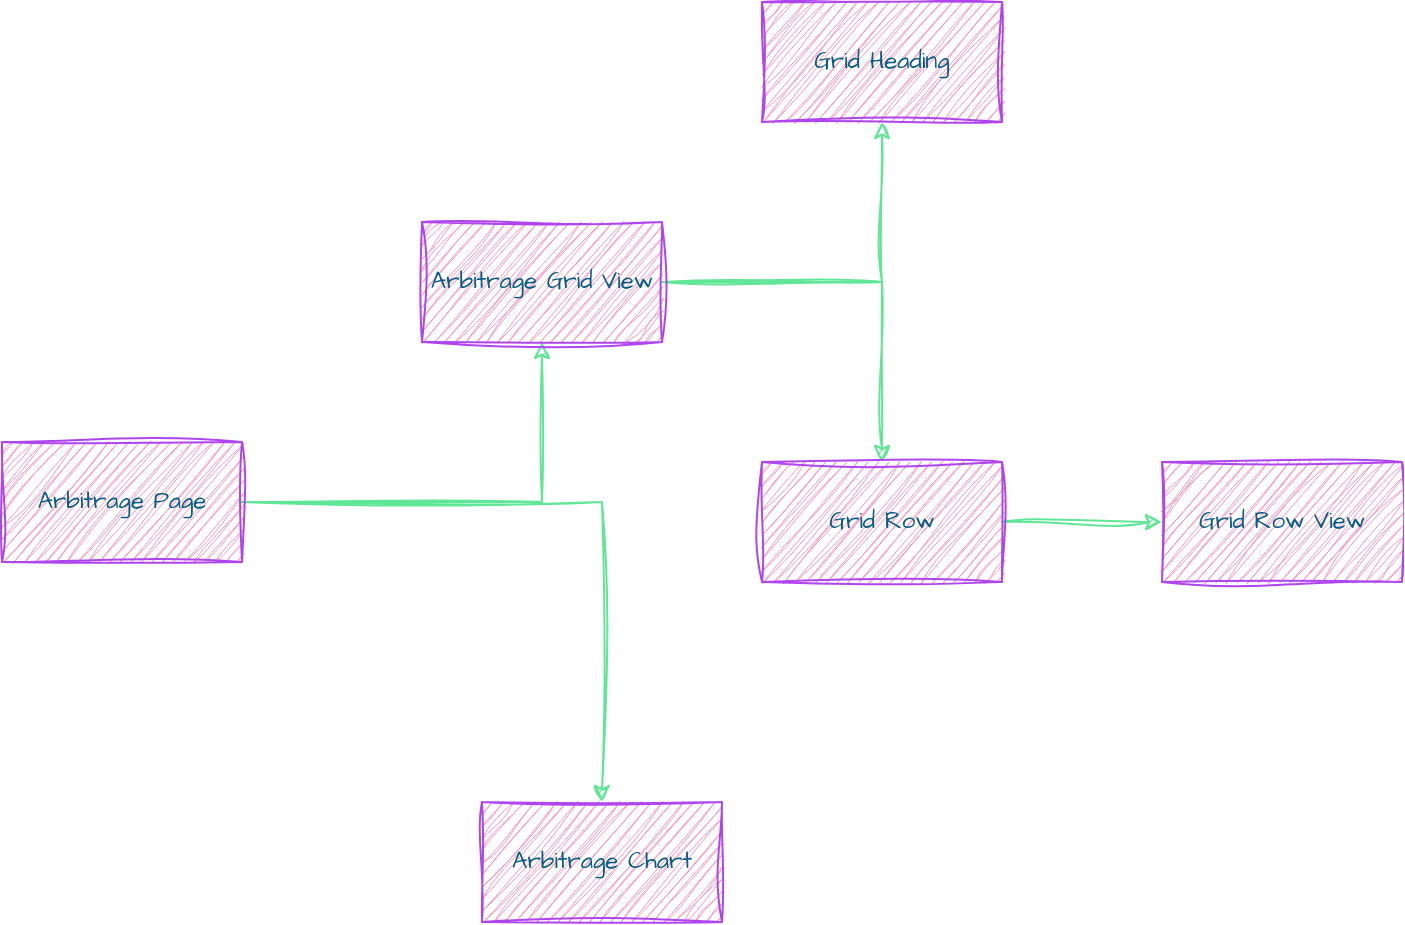
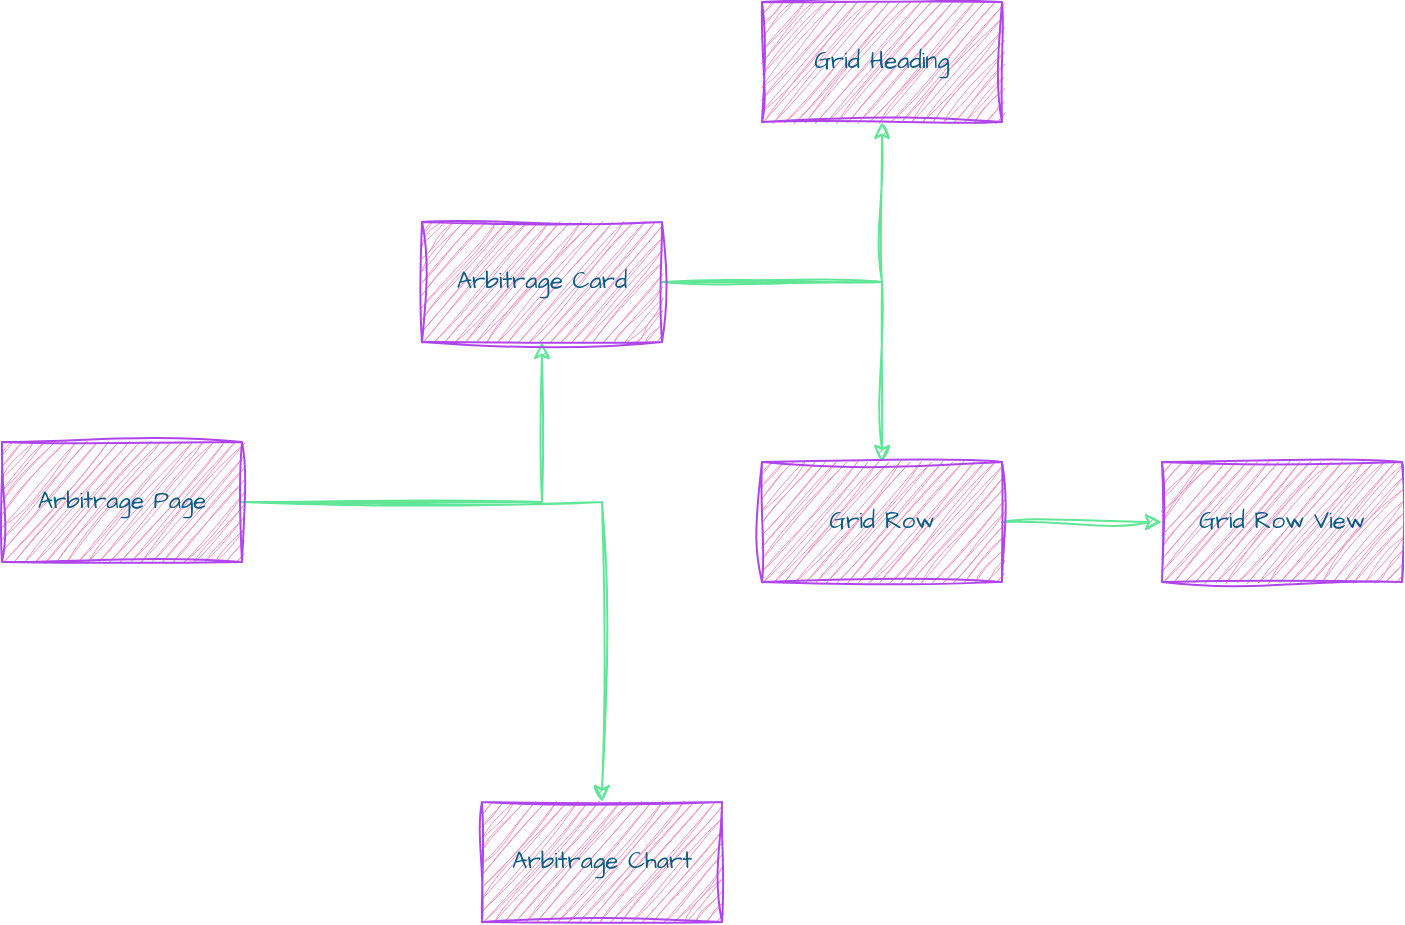
<mxfile host="app.diagrams.net" pages="6">
  <diagram id="4BpxD9aP9KdIrpdj0uMA" name="Arbitrage Page">
    <mxGraphModel dx="1357" dy="626" grid="1" gridSize="10" guides="1" tooltips="1" connect="1" arrows="1" fold="1" page="0" pageScale="1" pageWidth="402" pageHeight="874" math="0" shadow="0">
      <root>
        <mxCell id="0" />
        <mxCell id="1" parent="0" />
        <mxCell id="s9Nx30N8KHW5dVmqoR0w-8" edge="1" parent="1" source="s9Nx30N8KHW5dVmqoR0w-1" style="edgeStyle=orthogonalEdgeStyle;rounded=0;sketch=1;hachureGap=4;jiggle=2;curveFitting=1;orthogonalLoop=1;jettySize=auto;html=1;strokeColor=#60E696;fontFamily=Architects Daughter;fontSource=https%3A%2F%2Ffonts.googleapis.com%2Fcss%3Ffamily%3DArchitects%2BDaughter;fontColor=#095C86;fillColor=#F694C1;" target="s9Nx30N8KHW5dVmqoR0w-7" value="">
          <mxGeometry relative="1" as="geometry" />
        </mxCell>
        <mxCell id="s9Nx30N8KHW5dVmqoR0w-16" edge="1" parent="1" source="s9Nx30N8KHW5dVmqoR0w-1" style="edgeStyle=orthogonalEdgeStyle;rounded=0;sketch=1;hachureGap=4;jiggle=2;curveFitting=1;orthogonalLoop=1;jettySize=auto;html=1;strokeColor=#60E696;fontFamily=Architects Daughter;fontSource=https%3A%2F%2Ffonts.googleapis.com%2Fcss%3Ffamily%3DArchitects%2BDaughter;fontColor=#095C86;fillColor=#F694C1;" target="s9Nx30N8KHW5dVmqoR0w-15" value="">
          <mxGeometry relative="1" as="geometry" />
        </mxCell>
        <mxCell id="s9Nx30N8KHW5dVmqoR0w-1" parent="1" style="whiteSpace=wrap;html=1;sketch=1;hachureGap=4;jiggle=2;curveFitting=1;strokeColor=#AF45ED;fontFamily=Architects Daughter;fontSource=https%3A%2F%2Ffonts.googleapis.com%2Fcss%3Ffamily%3DArchitects%2BDaughter;fontColor=#095C86;fillColor=#F694C1;" value="Arbitrage Page" vertex="1">
          <mxGeometry height="60" width="120" x="-110" y="240" as="geometry" />
        </mxCell>
        <mxCell id="s9Nx30N8KHW5dVmqoR0w-10" edge="1" parent="1" source="s9Nx30N8KHW5dVmqoR0w-7" style="edgeStyle=orthogonalEdgeStyle;rounded=0;sketch=1;hachureGap=4;jiggle=2;curveFitting=1;orthogonalLoop=1;jettySize=auto;html=1;strokeColor=#60E696;fontFamily=Architects Daughter;fontSource=https%3A%2F%2Ffonts.googleapis.com%2Fcss%3Ffamily%3DArchitects%2BDaughter;fontColor=#095C86;fillColor=#F694C1;" target="s9Nx30N8KHW5dVmqoR0w-9" value="">
          <mxGeometry relative="1" as="geometry" />
        </mxCell>
        <mxCell id="s9Nx30N8KHW5dVmqoR0w-12" edge="1" parent="1" source="s9Nx30N8KHW5dVmqoR0w-7" style="edgeStyle=orthogonalEdgeStyle;rounded=0;sketch=1;hachureGap=4;jiggle=2;curveFitting=1;orthogonalLoop=1;jettySize=auto;html=1;strokeColor=#60E696;fontFamily=Architects Daughter;fontSource=https%3A%2F%2Ffonts.googleapis.com%2Fcss%3Ffamily%3DArchitects%2BDaughter;fontColor=#095C86;fillColor=#F694C1;" target="s9Nx30N8KHW5dVmqoR0w-11" value="">
          <mxGeometry relative="1" as="geometry" />
        </mxCell>
-         <mxCell id="s9Nx30N8KHW5dVmqoR0w-7" parent="1" style="whiteSpace=wrap;html=1;fontFamily=Architects Daughter;fillColor=#F694C1;strokeColor=#AF45ED;fontColor=#095C86;sketch=1;hachureGap=4;jiggle=2;curveFitting=1;fontSource=https%3A%2F%2Ffonts.googleapis.com%2Fcss%3Ffamily%3DArchitects%2BDaughter;" value="Arbitrage Grid View" vertex="1">
+         <mxCell id="s9Nx30N8KHW5dVmqoR0w-7" parent="1" style="whiteSpace=wrap;html=1;fontFamily=Architects Daughter;fillColor=#F694C1;strokeColor=#AF45ED;fontColor=#095C86;sketch=1;hachureGap=4;jiggle=2;curveFitting=1;fontSource=https%3A%2F%2Ffonts.googleapis.com%2Fcss%3Ffamily%3DArchitects%2BDaughter;" value="Arbitrage Card" vertex="1">
          <mxGeometry height="60" width="120" x="100" y="130" as="geometry" />
        </mxCell>
        <mxCell id="s9Nx30N8KHW5dVmqoR0w-9" parent="1" style="whiteSpace=wrap;html=1;fontFamily=Architects Daughter;fillColor=#F694C1;strokeColor=#AF45ED;fontColor=#095C86;sketch=1;hachureGap=4;jiggle=2;curveFitting=1;fontSource=https%3A%2F%2Ffonts.googleapis.com%2Fcss%3Ffamily%3DArchitects%2BDaughter;" value="Grid Heading" vertex="1">
          <mxGeometry height="60" width="120" x="270" y="20" as="geometry" />
        </mxCell>
        <mxCell id="s9Nx30N8KHW5dVmqoR0w-14" edge="1" parent="1" source="s9Nx30N8KHW5dVmqoR0w-11" style="edgeStyle=orthogonalEdgeStyle;rounded=0;sketch=1;hachureGap=4;jiggle=2;curveFitting=1;orthogonalLoop=1;jettySize=auto;html=1;strokeColor=#60E696;fontFamily=Architects Daughter;fontSource=https%3A%2F%2Ffonts.googleapis.com%2Fcss%3Ffamily%3DArchitects%2BDaughter;fontColor=#095C86;fillColor=#F694C1;" target="s9Nx30N8KHW5dVmqoR0w-13" value="">
          <mxGeometry relative="1" as="geometry" />
        </mxCell>
        <mxCell id="s9Nx30N8KHW5dVmqoR0w-11" parent="1" style="whiteSpace=wrap;html=1;fontFamily=Architects Daughter;fillColor=#F694C1;strokeColor=#AF45ED;fontColor=#095C86;sketch=1;hachureGap=4;jiggle=2;curveFitting=1;fontSource=https%3A%2F%2Ffonts.googleapis.com%2Fcss%3Ffamily%3DArchitects%2BDaughter;" value="Grid Row" vertex="1">
          <mxGeometry height="60" width="120" x="270" y="250" as="geometry" />
        </mxCell>
        <mxCell id="s9Nx30N8KHW5dVmqoR0w-13" parent="1" style="whiteSpace=wrap;html=1;fontFamily=Architects Daughter;fillColor=#F694C1;strokeColor=#AF45ED;fontColor=#095C86;sketch=1;hachureGap=4;jiggle=2;curveFitting=1;fontSource=https%3A%2F%2Ffonts.googleapis.com%2Fcss%3Ffamily%3DArchitects%2BDaughter;" value="Grid Row View" vertex="1">
          <mxGeometry height="60" width="120" x="470" y="250" as="geometry" />
        </mxCell>
        <mxCell id="s9Nx30N8KHW5dVmqoR0w-15" parent="1" style="whiteSpace=wrap;html=1;fontFamily=Architects Daughter;fillColor=#F694C1;strokeColor=#AF45ED;fontColor=#095C86;sketch=1;hachureGap=4;jiggle=2;curveFitting=1;fontSource=https%3A%2F%2Ffonts.googleapis.com%2Fcss%3Ffamily%3DArchitects%2BDaughter;" value="Arbitrage Chart" vertex="1">
          <mxGeometry height="60" width="120" x="130" y="420" as="geometry" />
        </mxCell>
      </root>
    </mxGraphModel>
  </diagram>
  <diagram id="wPQbEJP3DVO_ncDqMHqx" name="Sessions Page">
    <mxGraphModel dx="2395" dy="1443" grid="1" gridSize="10" guides="1" tooltips="1" connect="1" arrows="1" fold="1" page="0" pageScale="1" pageWidth="402" pageHeight="874" math="0" shadow="0">
      <root>
        <mxCell id="0" />
        <mxCell id="1" parent="0" />
        <mxCell id="DB1AKVm6qyutKQlFYAWD-6" edge="1" parent="1" source="DB1AKVm6qyutKQlFYAWD-1" style="edgeStyle=orthogonalEdgeStyle;rounded=1;orthogonalLoop=1;jettySize=auto;html=1;sketch=1;curveFitting=1;jiggle=2;labelBackgroundColor=none;fontColor=default;strokeColor=#60E696;" target="DB1AKVm6qyutKQlFYAWD-5" value="">
          <mxGeometry relative="1" as="geometry" />
        </mxCell>
        <mxCell id="DB1AKVm6qyutKQlFYAWD-8" edge="1" parent="1" source="DB1AKVm6qyutKQlFYAWD-1" style="edgeStyle=orthogonalEdgeStyle;rounded=1;orthogonalLoop=1;jettySize=auto;html=1;sketch=1;curveFitting=1;jiggle=2;labelBackgroundColor=none;fontColor=default;strokeColor=#60E696;" target="DB1AKVm6qyutKQlFYAWD-7" value="">
          <mxGeometry relative="1" as="geometry">
            <Array as="points">
              <mxPoint x="120" y="270" />
            </Array>
          </mxGeometry>
        </mxCell>
        <mxCell id="DB1AKVm6qyutKQlFYAWD-10" edge="1" parent="1" source="DB1AKVm6qyutKQlFYAWD-1" style="edgeStyle=orthogonalEdgeStyle;rounded=1;orthogonalLoop=1;jettySize=auto;html=1;sketch=1;curveFitting=1;jiggle=2;labelBackgroundColor=none;fontColor=default;strokeColor=#60E696;" target="DB1AKVm6qyutKQlFYAWD-9" value="">
          <mxGeometry relative="1" as="geometry">
            <Array as="points">
              <mxPoint x="120" y="60" />
            </Array>
          </mxGeometry>
        </mxCell>
        <mxCell id="DB1AKVm6qyutKQlFYAWD-1" parent="1" style="rounded=1;whiteSpace=wrap;html=1;sketch=1;curveFitting=1;jiggle=2;labelBackgroundColor=none;fillColor=#F694C1;strokeColor=#AF45ED;fontColor=#095C86;" value="add-scrip" vertex="1">
          <mxGeometry height="60" width="120" x="60" y="130" as="geometry" />
        </mxCell>
        <mxCell id="DB1AKVm6qyutKQlFYAWD-4" edge="1" parent="1" source="DB1AKVm6qyutKQlFYAWD-3" style="edgeStyle=orthogonalEdgeStyle;rounded=1;orthogonalLoop=1;jettySize=auto;html=1;sketch=1;curveFitting=1;jiggle=2;labelBackgroundColor=none;fontColor=default;strokeColor=#60E696;" target="DB1AKVm6qyutKQlFYAWD-1" value="">
          <mxGeometry relative="1" as="geometry" />
        </mxCell>
        <mxCell id="DB1AKVm6qyutKQlFYAWD-12" edge="1" parent="1" source="DB1AKVm6qyutKQlFYAWD-3" style="edgeStyle=orthogonalEdgeStyle;rounded=1;orthogonalLoop=1;jettySize=auto;html=1;sketch=1;curveFitting=1;jiggle=2;labelBackgroundColor=none;fontColor=default;strokeColor=#60E696;" target="DB1AKVm6qyutKQlFYAWD-11" value="">
          <mxGeometry relative="1" as="geometry">
            <Array as="points">
              <mxPoint x="-100" y="360" />
            </Array>
          </mxGeometry>
        </mxCell>
        <mxCell id="DB1AKVm6qyutKQlFYAWD-3" parent="1" style="rounded=1;whiteSpace=wrap;html=1;sketch=1;curveFitting=1;jiggle=2;labelBackgroundColor=none;fillColor=#F694C1;strokeColor=#AF45ED;fontColor=#095C86;" value="add-session-cta" vertex="1">
          <mxGeometry height="60" width="120" x="-160" y="130" as="geometry" />
        </mxCell>
        <mxCell id="DB1AKVm6qyutKQlFYAWD-5" parent="1" style="whiteSpace=wrap;html=1;rounded=1;sketch=1;curveFitting=1;jiggle=2;labelBackgroundColor=none;fillColor=#F694C1;strokeColor=#AF45ED;fontColor=#095C86;" value="select-exchange" vertex="1">
          <mxGeometry height="60" width="120" x="310" y="130" as="geometry" />
        </mxCell>
        <mxCell id="ouMAoqMrmdJ_XqpmxOQB-3" edge="1" parent="1" source="DB1AKVm6qyutKQlFYAWD-7" style="edgeStyle=orthogonalEdgeStyle;rounded=1;sketch=1;hachureGap=4;jiggle=2;curveFitting=1;orthogonalLoop=1;jettySize=auto;html=1;fontFamily=Architects Daughter;fontSource=https%3A%2F%2Ffonts.googleapis.com%2Fcss%3Ffamily%3DArchitects%2BDaughter;labelBackgroundColor=none;fontColor=default;strokeColor=#60E696;" target="ouMAoqMrmdJ_XqpmxOQB-1">
          <mxGeometry relative="1" as="geometry" />
        </mxCell>
        <mxCell id="DB1AKVm6qyutKQlFYAWD-7" parent="1" style="whiteSpace=wrap;html=1;rounded=1;sketch=1;curveFitting=1;jiggle=2;labelBackgroundColor=none;fillColor=#F694C1;strokeColor=#AF45ED;fontColor=#095C86;" value="NSE Scrip Form" vertex="1">
          <mxGeometry height="60" width="120" x="310" y="220" as="geometry" />
        </mxCell>
        <mxCell id="ouMAoqMrmdJ_XqpmxOQB-2" edge="1" parent="1" source="DB1AKVm6qyutKQlFYAWD-9" style="edgeStyle=orthogonalEdgeStyle;rounded=1;sketch=1;hachureGap=4;jiggle=2;curveFitting=1;orthogonalLoop=1;jettySize=auto;html=1;fontFamily=Architects Daughter;fontSource=https%3A%2F%2Ffonts.googleapis.com%2Fcss%3Ffamily%3DArchitects%2BDaughter;labelBackgroundColor=none;fontColor=default;strokeColor=#60E696;" target="ouMAoqMrmdJ_XqpmxOQB-1" value="">
          <mxGeometry relative="1" as="geometry" />
        </mxCell>
        <mxCell id="DB1AKVm6qyutKQlFYAWD-9" parent="1" style="whiteSpace=wrap;html=1;rounded=1;sketch=1;curveFitting=1;jiggle=2;labelBackgroundColor=none;fillColor=#F694C1;strokeColor=#AF45ED;fontColor=#095C86;" value="NFO Scrip Form" vertex="1">
          <mxGeometry height="60" width="120" x="310" y="30" as="geometry" />
        </mxCell>
        <mxCell id="ouMAoqMrmdJ_XqpmxOQB-15" edge="1" parent="1" source="DB1AKVm6qyutKQlFYAWD-11" style="edgeStyle=orthogonalEdgeStyle;rounded=1;sketch=1;hachureGap=4;jiggle=2;curveFitting=1;orthogonalLoop=1;jettySize=auto;html=1;fontFamily=Architects Daughter;fontSource=https%3A%2F%2Ffonts.googleapis.com%2Fcss%3Ffamily%3DArchitects%2BDaughter;labelBackgroundColor=none;fontColor=default;strokeColor=#60E696;" target="ouMAoqMrmdJ_XqpmxOQB-14" value="">
          <mxGeometry relative="1" as="geometry" />
        </mxCell>
        <mxCell id="ouMAoqMrmdJ_XqpmxOQB-17" edge="1" parent="1" source="DB1AKVm6qyutKQlFYAWD-11" style="edgeStyle=orthogonalEdgeStyle;rounded=1;sketch=1;hachureGap=4;jiggle=2;curveFitting=1;orthogonalLoop=1;jettySize=auto;html=1;fontFamily=Architects Daughter;fontSource=https%3A%2F%2Ffonts.googleapis.com%2Fcss%3Ffamily%3DArchitects%2BDaughter;labelBackgroundColor=none;fontColor=default;strokeColor=#60E696;" target="ouMAoqMrmdJ_XqpmxOQB-16" value="">
          <mxGeometry relative="1" as="geometry">
            <Array as="points">
              <mxPoint x="120" y="520" />
            </Array>
          </mxGeometry>
        </mxCell>
        <mxCell id="DB1AKVm6qyutKQlFYAWD-11" parent="1" style="whiteSpace=wrap;html=1;rounded=1;sketch=1;curveFitting=1;jiggle=2;labelBackgroundColor=none;fillColor=#F694C1;strokeColor=#AF45ED;fontColor=#095C86;" value="scrip-list" vertex="1">
          <mxGeometry height="60" width="120" x="60" y="330" as="geometry" />
        </mxCell>
        <mxCell id="DB1AKVm6qyutKQlFYAWD-15" edge="1" parent="1" source="DB1AKVm6qyutKQlFYAWD-14" style="edgeStyle=orthogonalEdgeStyle;rounded=1;sketch=1;hachureGap=4;jiggle=2;curveFitting=1;orthogonalLoop=1;jettySize=auto;html=1;entryX=0;entryY=0.5;entryDx=0;entryDy=0;fontFamily=Architects Daughter;fontSource=https%3A%2F%2Ffonts.googleapis.com%2Fcss%3Ffamily%3DArchitects%2BDaughter;fontColor=default;labelBackgroundColor=none;strokeColor=#60E696;" target="DB1AKVm6qyutKQlFYAWD-3">
          <mxGeometry relative="1" as="geometry">
            <Array as="points">
              <mxPoint x="-360" y="160" />
            </Array>
          </mxGeometry>
        </mxCell>
        <mxCell id="ouMAoqMrmdJ_XqpmxOQB-28" edge="1" parent="1" source="DB1AKVm6qyutKQlFYAWD-14" style="edgeStyle=orthogonalEdgeStyle;rounded=1;sketch=1;hachureGap=4;jiggle=2;curveFitting=1;orthogonalLoop=1;jettySize=auto;html=1;entryX=0;entryY=0.5;entryDx=0;entryDy=0;fontFamily=Architects Daughter;fontSource=https%3A%2F%2Ffonts.googleapis.com%2Fcss%3Ffamily%3DArchitects%2BDaughter;labelBackgroundColor=none;fontColor=default;strokeColor=#60E696;" target="ouMAoqMrmdJ_XqpmxOQB-19">
          <mxGeometry relative="1" as="geometry">
            <Array as="points">
              <mxPoint x="-360" y="880" />
            </Array>
          </mxGeometry>
        </mxCell>
        <mxCell id="DB1AKVm6qyutKQlFYAWD-14" parent="1" style="rounded=1;whiteSpace=wrap;html=1;sketch=1;curveFitting=1;jiggle=2;labelBackgroundColor=none;fillColor=#F694C1;strokeColor=#AF45ED;fontColor=#095C86;" value="sessions-page" vertex="1">
          <mxGeometry height="60" width="120" x="-420" y="320" as="geometry" />
        </mxCell>
        <mxCell id="ouMAoqMrmdJ_XqpmxOQB-1" parent="1" style="whiteSpace=wrap;html=1;rounded=1;sketch=1;curveFitting=1;jiggle=2;labelBackgroundColor=none;fillColor=#F694C1;strokeColor=#AF45ED;fontColor=#095C86;" value="base form" vertex="1">
          <mxGeometry height="60" width="120" x="560" y="130" as="geometry" />
        </mxCell>
        <mxCell id="ouMAoqMrmdJ_XqpmxOQB-6" edge="1" parent="1" source="ouMAoqMrmdJ_XqpmxOQB-4" style="edgeStyle=orthogonalEdgeStyle;rounded=1;sketch=1;hachureGap=4;jiggle=2;curveFitting=1;orthogonalLoop=1;jettySize=auto;html=1;fontFamily=Architects Daughter;fontSource=https%3A%2F%2Ffonts.googleapis.com%2Fcss%3Ffamily%3DArchitects%2BDaughter;labelBackgroundColor=none;fontColor=default;strokeColor=#60E696;" target="ouMAoqMrmdJ_XqpmxOQB-5" value="">
          <mxGeometry relative="1" as="geometry" />
        </mxCell>
        <mxCell id="ouMAoqMrmdJ_XqpmxOQB-4" parent="1" style="whiteSpace=wrap;html=1;sketch=1;hachureGap=4;jiggle=2;curveFitting=1;fontFamily=Architects Daughter;fontSource=https%3A%2F%2Ffonts.googleapis.com%2Fcss%3Ffamily%3DArchitects%2BDaughter;labelBackgroundColor=none;rounded=1;fillColor=#F694C1;strokeColor=#AF45ED;fontColor=#095C86;" value="start Session" vertex="1">
          <mxGeometry height="60" width="120" x="900" y="-60" as="geometry" />
        </mxCell>
        <mxCell id="ouMAoqMrmdJ_XqpmxOQB-8" edge="1" parent="1" source="ouMAoqMrmdJ_XqpmxOQB-5" style="edgeStyle=orthogonalEdgeStyle;rounded=1;sketch=1;hachureGap=4;jiggle=2;curveFitting=1;orthogonalLoop=1;jettySize=auto;html=1;fontFamily=Architects Daughter;fontSource=https%3A%2F%2Ffonts.googleapis.com%2Fcss%3Ffamily%3DArchitects%2BDaughter;labelBackgroundColor=none;fontColor=default;strokeColor=#60E696;" target="ouMAoqMrmdJ_XqpmxOQB-7" value="">
          <mxGeometry relative="1" as="geometry" />
        </mxCell>
        <mxCell id="ouMAoqMrmdJ_XqpmxOQB-5" parent="1" style="whiteSpace=wrap;html=1;fontFamily=Architects Daughter;sketch=1;hachureGap=4;jiggle=2;curveFitting=1;fontSource=https%3A%2F%2Ffonts.googleapis.com%2Fcss%3Ffamily%3DArchitects%2BDaughter;labelBackgroundColor=none;rounded=1;fillColor=#F694C1;strokeColor=#AF45ED;fontColor=#095C86;" value="Place order" vertex="1">
          <mxGeometry height="60" width="120" x="1100" y="-60" as="geometry" />
        </mxCell>
        <mxCell id="ouMAoqMrmdJ_XqpmxOQB-10" edge="1" parent="1" source="ouMAoqMrmdJ_XqpmxOQB-7" style="edgeStyle=orthogonalEdgeStyle;rounded=1;sketch=1;hachureGap=4;jiggle=2;curveFitting=1;orthogonalLoop=1;jettySize=auto;html=1;fontFamily=Architects Daughter;fontSource=https%3A%2F%2Ffonts.googleapis.com%2Fcss%3Ffamily%3DArchitects%2BDaughter;labelBackgroundColor=none;fontColor=default;strokeColor=#60E696;" target="ouMAoqMrmdJ_XqpmxOQB-9" value="">
          <mxGeometry relative="1" as="geometry" />
        </mxCell>
        <mxCell id="ouMAoqMrmdJ_XqpmxOQB-7" parent="1" style="whiteSpace=wrap;html=1;fontFamily=Architects Daughter;sketch=1;hachureGap=4;jiggle=2;curveFitting=1;fontSource=https%3A%2F%2Ffonts.googleapis.com%2Fcss%3Ffamily%3DArchitects%2BDaughter;labelBackgroundColor=none;rounded=1;fillColor=#F694C1;strokeColor=#AF45ED;fontColor=#095C86;" value="update trade" vertex="1">
          <mxGeometry height="60" width="120" x="1300" y="-60" as="geometry" />
        </mxCell>
        <mxCell id="ouMAoqMrmdJ_XqpmxOQB-12" edge="1" parent="1" source="ouMAoqMrmdJ_XqpmxOQB-9" style="edgeStyle=orthogonalEdgeStyle;rounded=1;sketch=1;hachureGap=4;jiggle=2;curveFitting=1;orthogonalLoop=1;jettySize=auto;html=1;fontFamily=Architects Daughter;fontSource=https%3A%2F%2Ffonts.googleapis.com%2Fcss%3Ffamily%3DArchitects%2BDaughter;labelBackgroundColor=none;fontColor=default;strokeColor=#60E696;" target="ouMAoqMrmdJ_XqpmxOQB-11" value="">
          <mxGeometry relative="1" as="geometry" />
        </mxCell>
        <mxCell id="ouMAoqMrmdJ_XqpmxOQB-9" parent="1" style="whiteSpace=wrap;html=1;fontFamily=Architects Daughter;sketch=1;hachureGap=4;jiggle=2;curveFitting=1;fontSource=https%3A%2F%2Ffonts.googleapis.com%2Fcss%3Ffamily%3DArchitects%2BDaughter;labelBackgroundColor=none;rounded=1;fillColor=#F694C1;strokeColor=#AF45ED;fontColor=#095C86;" value="update netPosition" vertex="1">
          <mxGeometry height="60" width="120" x="1500" y="-60" as="geometry" />
        </mxCell>
        <mxCell id="ouMAoqMrmdJ_XqpmxOQB-11" parent="1" style="whiteSpace=wrap;html=1;fontFamily=Architects Daughter;sketch=1;hachureGap=4;jiggle=2;curveFitting=1;fontSource=https%3A%2F%2Ffonts.googleapis.com%2Fcss%3Ffamily%3DArchitects%2BDaughter;labelBackgroundColor=none;rounded=1;fillColor=#F694C1;strokeColor=#AF45ED;fontColor=#095C86;" value="update placedOrders?" vertex="1">
          <mxGeometry height="60" width="120" x="1700" y="-60" as="geometry" />
        </mxCell>
        <mxCell id="ouMAoqMrmdJ_XqpmxOQB-13" parent="1" style="html=1;verticalLabelPosition=bottom;align=center;labelBackgroundColor=none;verticalAlign=top;strokeWidth=2;shadow=0;dashed=0;shape=mxgraph.ios7.icons.tools;pointerEvents=1;sketch=1;hachureGap=4;jiggle=2;curveFitting=1;fontFamily=Architects Daughter;fontSource=https%3A%2F%2Ffonts.googleapis.com%2Fcss%3Ffamily%3DArchitects%2BDaughter;rounded=1;fillColor=#F694C1;strokeColor=#AF45ED;fontColor=#095C86;" value="" vertex="1">
          <mxGeometry height="50" width="50" x="1135" y="-20" as="geometry" />
        </mxCell>
        <mxCell id="ouMAoqMrmdJ_XqpmxOQB-14" parent="1" style="whiteSpace=wrap;html=1;rounded=1;sketch=1;curveFitting=1;jiggle=2;labelBackgroundColor=none;fillColor=#F694C1;strokeColor=#AF45ED;fontColor=#095C86;" value="live-price-cell" vertex="1">
          <mxGeometry height="60" width="120" x="260" y="330" as="geometry" />
        </mxCell>
        <mxCell id="ouMAoqMrmdJ_XqpmxOQB-16" parent="1" style="whiteSpace=wrap;html=1;rounded=1;sketch=1;curveFitting=1;jiggle=2;labelBackgroundColor=none;fillColor=#F694C1;strokeColor=#AF45ED;fontColor=#095C86;" value="charges-cell" vertex="1">
          <mxGeometry height="60" width="120" x="250" y="500" as="geometry" />
        </mxCell>
        <mxCell id="ouMAoqMrmdJ_XqpmxOQB-22" edge="1" parent="1" source="ouMAoqMrmdJ_XqpmxOQB-19" style="edgeStyle=orthogonalEdgeStyle;rounded=1;sketch=1;hachureGap=4;jiggle=2;curveFitting=1;orthogonalLoop=1;jettySize=auto;html=1;fontFamily=Architects Daughter;fontSource=https%3A%2F%2Ffonts.googleapis.com%2Fcss%3Ffamily%3DArchitects%2BDaughter;labelBackgroundColor=none;fontColor=default;strokeColor=#60E696;" target="ouMAoqMrmdJ_XqpmxOQB-21" value="">
          <mxGeometry relative="1" as="geometry" />
        </mxCell>
        <mxCell id="ouMAoqMrmdJ_XqpmxOQB-25" edge="1" parent="1" source="ouMAoqMrmdJ_XqpmxOQB-19" style="edgeStyle=orthogonalEdgeStyle;rounded=1;sketch=1;hachureGap=4;jiggle=2;curveFitting=1;orthogonalLoop=1;jettySize=auto;html=1;entryX=0;entryY=0.5;entryDx=0;entryDy=0;fontFamily=Architects Daughter;fontSource=https%3A%2F%2Ffonts.googleapis.com%2Fcss%3Ffamily%3DArchitects%2BDaughter;labelBackgroundColor=none;fontColor=default;strokeColor=#60E696;" target="ouMAoqMrmdJ_XqpmxOQB-23">
          <mxGeometry relative="1" as="geometry">
            <Array as="points">
              <mxPoint x="100" y="710" />
            </Array>
          </mxGeometry>
        </mxCell>
        <mxCell id="ouMAoqMrmdJ_XqpmxOQB-27" edge="1" parent="1" source="ouMAoqMrmdJ_XqpmxOQB-19" style="edgeStyle=orthogonalEdgeStyle;rounded=1;sketch=1;hachureGap=4;jiggle=2;curveFitting=1;orthogonalLoop=1;jettySize=auto;html=1;fontFamily=Architects Daughter;fontSource=https%3A%2F%2Ffonts.googleapis.com%2Fcss%3Ffamily%3DArchitects%2BDaughter;labelBackgroundColor=none;fontColor=default;strokeColor=#60E696;" target="ouMAoqMrmdJ_XqpmxOQB-26" value="">
          <mxGeometry relative="1" as="geometry">
            <Array as="points">
              <mxPoint x="100" y="1080" />
            </Array>
          </mxGeometry>
        </mxCell>
        <mxCell id="ouMAoqMrmdJ_XqpmxOQB-30" edge="1" parent="1" source="ouMAoqMrmdJ_XqpmxOQB-19" style="edgeStyle=orthogonalEdgeStyle;rounded=1;sketch=1;hachureGap=4;jiggle=2;curveFitting=1;orthogonalLoop=1;jettySize=auto;html=1;fontFamily=Architects Daughter;fontSource=https%3A%2F%2Ffonts.googleapis.com%2Fcss%3Ffamily%3DArchitects%2BDaughter;fontColor=default;labelBackgroundColor=none;strokeColor=#60E696;" target="ouMAoqMrmdJ_XqpmxOQB-29" value="">
          <mxGeometry relative="1" as="geometry">
            <Array as="points">
              <mxPoint x="80" y="610" />
            </Array>
          </mxGeometry>
        </mxCell>
        <mxCell id="ouMAoqMrmdJ_XqpmxOQB-19" parent="1" style="whiteSpace=wrap;html=1;rounded=1;sketch=1;curveFitting=1;jiggle=2;labelBackgroundColor=none;fillColor=#F694C1;strokeColor=#AF45ED;fontColor=#095C86;" value="session-card" vertex="1">
          <mxGeometry height="60" width="120" x="40" y="850" as="geometry" />
        </mxCell>
        <mxCell id="ouMAoqMrmdJ_XqpmxOQB-21" parent="1" style="whiteSpace=wrap;html=1;rounded=1;sketch=1;curveFitting=1;jiggle=2;labelBackgroundColor=none;fillColor=#F694C1;strokeColor=#AF45ED;fontColor=#095C86;" value="session-header" vertex="1">
          <mxGeometry height="60" width="120" x="290" y="850" as="geometry" />
        </mxCell>
        <mxCell id="ouMAoqMrmdJ_XqpmxOQB-32" edge="1" parent="1" source="ouMAoqMrmdJ_XqpmxOQB-23" style="edgeStyle=orthogonalEdgeStyle;rounded=1;sketch=1;hachureGap=4;jiggle=2;curveFitting=1;orthogonalLoop=1;jettySize=auto;html=1;fontFamily=Architects Daughter;fontSource=https%3A%2F%2Ffonts.googleapis.com%2Fcss%3Ffamily%3DArchitects%2BDaughter;fontColor=default;labelBackgroundColor=none;strokeColor=#60E696;" target="ouMAoqMrmdJ_XqpmxOQB-31" value="">
          <mxGeometry relative="1" as="geometry">
            <Array as="points">
              <mxPoint x="360" y="650" />
            </Array>
          </mxGeometry>
        </mxCell>
        <mxCell id="ouMAoqMrmdJ_XqpmxOQB-34" edge="1" parent="1" source="ouMAoqMrmdJ_XqpmxOQB-23" style="edgeStyle=orthogonalEdgeStyle;rounded=1;sketch=1;hachureGap=4;jiggle=2;curveFitting=1;orthogonalLoop=1;jettySize=auto;html=1;fontFamily=Architects Daughter;fontSource=https%3A%2F%2Ffonts.googleapis.com%2Fcss%3Ffamily%3DArchitects%2BDaughter;fontColor=default;labelBackgroundColor=none;strokeColor=#60E696;" target="ouMAoqMrmdJ_XqpmxOQB-33" value="">
          <mxGeometry relative="1" as="geometry" />
        </mxCell>
        <mxCell id="ouMAoqMrmdJ_XqpmxOQB-38" edge="1" parent="1" source="ouMAoqMrmdJ_XqpmxOQB-23" style="edgeStyle=orthogonalEdgeStyle;rounded=1;sketch=1;hachureGap=4;jiggle=2;curveFitting=1;orthogonalLoop=1;jettySize=auto;html=1;fontFamily=Architects Daughter;fontSource=https%3A%2F%2Ffonts.googleapis.com%2Fcss%3Ffamily%3DArchitects%2BDaughter;fontColor=default;labelBackgroundColor=none;strokeColor=#60E696;" target="ouMAoqMrmdJ_XqpmxOQB-37" value="">
          <mxGeometry relative="1" as="geometry">
            <Array as="points">
              <mxPoint x="360" y="790" />
              <mxPoint x="640" y="790" />
            </Array>
          </mxGeometry>
        </mxCell>
        <mxCell id="eX8Cx5BNWnft2gzvnQZb-2" edge="1" parent="1" source="ouMAoqMrmdJ_XqpmxOQB-23" style="edgeStyle=orthogonalEdgeStyle;rounded=0;sketch=1;hachureGap=4;jiggle=2;curveFitting=1;orthogonalLoop=1;jettySize=auto;html=1;fontFamily=Architects Daughter;fontSource=https%3A%2F%2Ffonts.googleapis.com%2Fcss%3Ffamily%3DArchitects%2BDaughter;entryX=0;entryY=0.5;entryDx=0;entryDy=0;labelBackgroundColor=none;fontColor=default;strokeColor=#60E696;" target="eX8Cx5BNWnft2gzvnQZb-3">
          <mxGeometry relative="1" as="geometry">
            <Array as="points">
              <mxPoint x="340" y="830" />
              <mxPoint x="600" y="830" />
              <mxPoint x="600" y="980" />
            </Array>
            <mxPoint x="600" y="1010" as="targetPoint" />
          </mxGeometry>
        </mxCell>
        <mxCell id="ouMAoqMrmdJ_XqpmxOQB-23" parent="1" style="whiteSpace=wrap;html=1;rounded=1;sketch=1;curveFitting=1;jiggle=2;labelBackgroundColor=none;fillColor=#F694C1;strokeColor=#AF45ED;fontColor=#095C86;" value="net-positions-grid" vertex="1">
          <mxGeometry height="60" width="120" x="300" y="680" as="geometry" />
        </mxCell>
        <mxCell id="ouMAoqMrmdJ_XqpmxOQB-26" parent="1" style="whiteSpace=wrap;html=1;rounded=1;sketch=1;curveFitting=1;jiggle=2;labelBackgroundColor=none;fillColor=#F694C1;strokeColor=#AF45ED;fontColor=#095C86;" value="pnl-summary" vertex="1">
          <mxGeometry height="60" width="120" x="300" y="1050" as="geometry" />
        </mxCell>
        <mxCell id="ouMAoqMrmdJ_XqpmxOQB-29" parent="1" style="whiteSpace=wrap;html=1;rounded=1;sketch=1;curveFitting=1;jiggle=2;labelBackgroundColor=none;fillColor=#F694C1;strokeColor=#AF45ED;fontColor=#095C86;" value="GridWrapper" vertex="1">
          <mxGeometry height="60" width="120" x="300" y="580" as="geometry" />
        </mxCell>
        <mxCell id="ouMAoqMrmdJ_XqpmxOQB-31" parent="1" style="whiteSpace=wrap;html=1;rounded=1;sketch=1;curveFitting=1;jiggle=2;labelBackgroundColor=none;fillColor=#F694C1;strokeColor=#AF45ED;fontColor=#095C86;" value="header" vertex="1">
          <mxGeometry height="60" width="120" x="700" y="600" as="geometry" />
        </mxCell>
        <mxCell id="ouMAoqMrmdJ_XqpmxOQB-33" parent="1" style="whiteSpace=wrap;html=1;rounded=1;sketch=1;curveFitting=1;jiggle=2;labelBackgroundColor=none;fillColor=#F694C1;strokeColor=#AF45ED;fontColor=#095C86;" value="table-heading" vertex="1">
          <mxGeometry height="60" width="120" x="700" y="710" as="geometry" />
        </mxCell>
        <mxCell id="ouMAoqMrmdJ_XqpmxOQB-40" edge="1" parent="1" source="ouMAoqMrmdJ_XqpmxOQB-37" style="edgeStyle=orthogonalEdgeStyle;rounded=1;sketch=1;hachureGap=4;jiggle=2;curveFitting=1;orthogonalLoop=1;jettySize=auto;html=1;fontFamily=Architects Daughter;fontSource=https%3A%2F%2Ffonts.googleapis.com%2Fcss%3Ffamily%3DArchitects%2BDaughter;fontColor=default;labelBackgroundColor=none;strokeColor=#60E696;" target="ouMAoqMrmdJ_XqpmxOQB-39" value="">
          <mxGeometry relative="1" as="geometry" />
        </mxCell>
        <mxCell id="ouMAoqMrmdJ_XqpmxOQB-41" edge="1" parent="1" source="ouMAoqMrmdJ_XqpmxOQB-37" style="edgeStyle=orthogonalEdgeStyle;rounded=1;sketch=1;hachureGap=4;jiggle=2;curveFitting=1;orthogonalLoop=1;jettySize=auto;html=1;fontFamily=Architects Daughter;fontSource=https%3A%2F%2Ffonts.googleapis.com%2Fcss%3Ffamily%3DArchitects%2BDaughter;fontColor=default;labelBackgroundColor=none;strokeColor=#60E696;" target="ouMAoqMrmdJ_XqpmxOQB-39" value="">
          <mxGeometry relative="1" as="geometry" />
        </mxCell>
        <mxCell id="ouMAoqMrmdJ_XqpmxOQB-43" edge="1" parent="1" source="ouMAoqMrmdJ_XqpmxOQB-37" style="edgeStyle=orthogonalEdgeStyle;rounded=1;sketch=1;hachureGap=4;jiggle=2;curveFitting=1;orthogonalLoop=1;jettySize=auto;html=1;fontFamily=Architects Daughter;fontSource=https%3A%2F%2Ffonts.googleapis.com%2Fcss%3Ffamily%3DArchitects%2BDaughter;fontColor=default;labelBackgroundColor=none;strokeColor=#60E696;" target="ouMAoqMrmdJ_XqpmxOQB-42" value="">
          <mxGeometry relative="1" as="geometry">
            <Array as="points">
              <mxPoint x="865" y="860" />
              <mxPoint x="865" y="890" />
            </Array>
          </mxGeometry>
        </mxCell>
        <mxCell id="ouMAoqMrmdJ_XqpmxOQB-37" parent="1" style="whiteSpace=wrap;html=1;rounded=1;sketch=1;curveFitting=1;jiggle=2;labelBackgroundColor=none;fillColor=#F694C1;strokeColor=#AF45ED;fontColor=#095C86;" value="instrument-row" vertex="1">
          <mxGeometry height="60" width="120" x="700" y="810" as="geometry" />
        </mxCell>
        <mxCell id="ouMAoqMrmdJ_XqpmxOQB-39" parent="1" style="whiteSpace=wrap;html=1;rounded=1;sketch=1;curveFitting=1;jiggle=2;labelBackgroundColor=none;fillColor=#F694C1;strokeColor=#AF45ED;fontColor=#095C86;" value="buy-sell-cta" vertex="1">
          <mxGeometry height="60" width="120" x="910" y="750" as="geometry" />
        </mxCell>
        <mxCell id="ouMAoqMrmdJ_XqpmxOQB-42" parent="1" style="whiteSpace=wrap;html=1;rounded=1;sketch=1;curveFitting=1;jiggle=2;labelBackgroundColor=none;fillColor=#F694C1;strokeColor=#AF45ED;fontColor=#095C86;" value="instrument-row-view" vertex="1">
          <mxGeometry height="60" width="120" x="910" y="860" as="geometry" />
        </mxCell>
        <mxCell id="eX8Cx5BNWnft2gzvnQZb-3" parent="1" style="rounded=1;whiteSpace=wrap;html=1;sketch=1;hachureGap=4;jiggle=2;curveFitting=1;fontFamily=Architects Daughter;fontSource=https%3A%2F%2Ffonts.googleapis.com%2Fcss%3Ffamily%3DArchitects%2BDaughter;labelBackgroundColor=none;fillColor=#F694C1;strokeColor=#AF45ED;fontColor=#095C86;" value="pnl-summary" vertex="1">
          <mxGeometry height="60" width="120" x="700" y="950" as="geometry" />
        </mxCell>
      </root>
    </mxGraphModel>
  </diagram>
  <diagram id="YVkBlKKJ4RNEtawBKbZk" name="Session">
    <mxGraphModel dx="1357" dy="626" grid="1" gridSize="10" guides="1" tooltips="1" connect="1" arrows="1" fold="1" page="0" pageScale="1" pageWidth="402" pageHeight="874" math="0" shadow="0">
      <root>
        <mxCell id="0" />
        <mxCell id="1" parent="0" />
        <mxCell id="b8iQl_XISdQ6rZ6kNcMQ-3" edge="1" parent="1" source="b8iQl_XISdQ6rZ6kNcMQ-1" style="edgeStyle=orthogonalEdgeStyle;rounded=0;orthogonalLoop=1;jettySize=auto;html=1;" target="b8iQl_XISdQ6rZ6kNcMQ-2" value="">
          <mxGeometry relative="1" as="geometry" />
        </mxCell>
        <mxCell id="b8iQl_XISdQ6rZ6kNcMQ-1" parent="1" style="rounded=1;whiteSpace=wrap;html=1;" value="start session" vertex="1">
          <mxGeometry height="60" width="120" x="-200" y="80" as="geometry" />
        </mxCell>
        <mxCell id="b8iQl_XISdQ6rZ6kNcMQ-5" edge="1" parent="1" source="b8iQl_XISdQ6rZ6kNcMQ-2" style="edgeStyle=orthogonalEdgeStyle;rounded=0;orthogonalLoop=1;jettySize=auto;html=1;" target="b8iQl_XISdQ6rZ6kNcMQ-4" value="">
          <mxGeometry relative="1" as="geometry" />
        </mxCell>
        <mxCell id="b8iQl_XISdQ6rZ6kNcMQ-2" parent="1" style="whiteSpace=wrap;html=1;rounded=1;" value="place orders&amp;nbsp;&lt;br&gt;(all or none)" vertex="1">
          <mxGeometry height="60" width="120" y="80" as="geometry" />
        </mxCell>
        <mxCell id="b8iQl_XISdQ6rZ6kNcMQ-7" edge="1" parent="1" source="b8iQl_XISdQ6rZ6kNcMQ-4" style="edgeStyle=orthogonalEdgeStyle;rounded=0;orthogonalLoop=1;jettySize=auto;html=1;" target="b8iQl_XISdQ6rZ6kNcMQ-6" value="">
          <mxGeometry relative="1" as="geometry" />
        </mxCell>
        <mxCell id="b8iQl_XISdQ6rZ6kNcMQ-4" parent="1" style="whiteSpace=wrap;html=1;rounded=1;" value="update margins" vertex="1">
          <mxGeometry height="60" width="120" x="200" y="80" as="geometry" />
        </mxCell>
        <mxCell id="b8iQl_XISdQ6rZ6kNcMQ-6" parent="1" style="whiteSpace=wrap;html=1;rounded=1;" value="create session" vertex="1">
          <mxGeometry height="60" width="120" x="200" y="200" as="geometry" />
        </mxCell>
        <mxCell id="b8iQl_XISdQ6rZ6kNcMQ-8" parent="1" style="rounded=1;whiteSpace=wrap;html=1;fillColor=#fff2cc;strokeColor=#d6b656;" value="firebase" vertex="1">
          <mxGeometry height="40" width="80" x="300" y="190" as="geometry" />
        </mxCell>
        <mxCell id="b8iQl_XISdQ6rZ6kNcMQ-9" parent="1" style="rounded=1;whiteSpace=wrap;html=1;fillColor=#fff2cc;strokeColor=#d6b656;" value="kite" vertex="1">
          <mxGeometry height="40" width="80" x="80" y="50" as="geometry" />
        </mxCell>
        <mxCell id="b8iQl_XISdQ6rZ6kNcMQ-10" parent="1" style="rounded=1;whiteSpace=wrap;html=1;fillColor=#fff2cc;strokeColor=#d6b656;" value="firebase" vertex="1">
          <mxGeometry height="40" width="80" x="290" y="60" as="geometry" />
        </mxCell>
      </root>
    </mxGraphModel>
  </diagram>
  <diagram id="4KjMPYYtLXdBkkJX1B08" name="Auth">
    <mxGraphModel dx="1276" dy="835" grid="0" gridSize="10" guides="1" tooltips="1" connect="1" arrows="1" fold="1" page="0" pageScale="1" pageWidth="402" pageHeight="874" math="0" shadow="0">
      <root>
        <mxCell id="0" />
        <mxCell id="1" parent="0" />
        <mxCell id="pPH6oVQiPgVcm9OUePWL-3" edge="1" parent="1" source="pPH6oVQiPgVcm9OUePWL-1" style="edgeStyle=orthogonalEdgeStyle;rounded=0;orthogonalLoop=1;jettySize=auto;html=1;" target="pPH6oVQiPgVcm9OUePWL-2" value="">
          <mxGeometry relative="1" as="geometry" />
        </mxCell>
        <mxCell id="pPH6oVQiPgVcm9OUePWL-1" parent="1" style="rounded=1;whiteSpace=wrap;html=1;" value="User clicks &quot;Login&quot; Button" vertex="1">
          <mxGeometry height="60" width="120" x="23" y="101" as="geometry" />
        </mxCell>
        <mxCell id="pPH6oVQiPgVcm9OUePWL-5" edge="1" parent="1" source="pPH6oVQiPgVcm9OUePWL-2" style="edgeStyle=orthogonalEdgeStyle;rounded=0;orthogonalLoop=1;jettySize=auto;html=1;" target="pPH6oVQiPgVcm9OUePWL-4" value="">
          <mxGeometry relative="1" as="geometry" />
        </mxCell>
        <mxCell id="pPH6oVQiPgVcm9OUePWL-2" parent="1" style="whiteSpace=wrap;html=1;rounded=1;" value="Open the Login URL" vertex="1">
          <mxGeometry height="60" width="120" x="223" y="101" as="geometry" />
        </mxCell>
        <mxCell id="pPH6oVQiPgVcm9OUePWL-7" edge="1" parent="1" source="pPH6oVQiPgVcm9OUePWL-4" style="edgeStyle=orthogonalEdgeStyle;rounded=0;orthogonalLoop=1;jettySize=auto;html=1;" target="pPH6oVQiPgVcm9OUePWL-6" value="">
          <mxGeometry relative="1" as="geometry" />
        </mxCell>
        <mxCell id="pPH6oVQiPgVcm9OUePWL-4" parent="1" style="whiteSpace=wrap;html=1;rounded=1;" value="User logins to Zerodha" vertex="1">
          <mxGeometry height="60" width="120" x="423" y="101" as="geometry" />
        </mxCell>
        <mxCell id="pPH6oVQiPgVcm9OUePWL-9" edge="1" parent="1" source="pPH6oVQiPgVcm9OUePWL-6" style="edgeStyle=orthogonalEdgeStyle;rounded=0;orthogonalLoop=1;jettySize=auto;html=1;" target="pPH6oVQiPgVcm9OUePWL-8" value="">
          <mxGeometry relative="1" as="geometry" />
        </mxCell>
        <mxCell id="pPH6oVQiPgVcm9OUePWL-6" parent="1" style="whiteSpace=wrap;html=1;rounded=1;" value="Redirected to callback URL with request_token&lt;br&gt;&lt;b&gt;http://localhost:3000/api/auth/kite/callback&lt;/b&gt;" vertex="1">
          <mxGeometry height="60" width="262" x="352" y="244" as="geometry" />
        </mxCell>
        <mxCell id="pPH6oVQiPgVcm9OUePWL-13" edge="1" parent="1" source="pPH6oVQiPgVcm9OUePWL-8" style="edgeStyle=orthogonalEdgeStyle;rounded=0;orthogonalLoop=1;jettySize=auto;html=1;" target="pPH6oVQiPgVcm9OUePWL-12" value="">
          <mxGeometry relative="1" as="geometry" />
        </mxCell>
        <mxCell id="pPH6oVQiPgVcm9OUePWL-8" parent="1" style="whiteSpace=wrap;html=1;rounded=1;" value="In loader for this route, generate the session" vertex="1">
          <mxGeometry height="60" width="120" x="17" y="244" as="geometry" />
        </mxCell>
        <mxCell id="pPH6oVQiPgVcm9OUePWL-15" edge="1" parent="1" source="pPH6oVQiPgVcm9OUePWL-12" style="edgeStyle=orthogonalEdgeStyle;rounded=0;orthogonalLoop=1;jettySize=auto;html=1;" target="pPH6oVQiPgVcm9OUePWL-14" value="">
          <mxGeometry relative="1" as="geometry" />
        </mxCell>
        <mxCell id="pPH6oVQiPgVcm9OUePWL-12" parent="1" style="whiteSpace=wrap;html=1;rounded=1;" value="Serialize and save the access token in cookie" vertex="1">
          <mxGeometry height="60" width="120" x="17" y="384" as="geometry" />
        </mxCell>
        <mxCell id="pPH6oVQiPgVcm9OUePWL-17" edge="1" parent="1" source="pPH6oVQiPgVcm9OUePWL-14" style="edgeStyle=orthogonalEdgeStyle;rounded=0;orthogonalLoop=1;jettySize=auto;html=1;" target="pPH6oVQiPgVcm9OUePWL-16" value="">
          <mxGeometry relative="1" as="geometry" />
        </mxCell>
        <mxCell id="pPH6oVQiPgVcm9OUePWL-14" parent="1" style="whiteSpace=wrap;html=1;rounded=1;" value="redirect to /dashboard" vertex="1">
          <mxGeometry height="60" width="120" x="217" y="384" as="geometry" />
        </mxCell>
        <mxCell id="pPH6oVQiPgVcm9OUePWL-19" edge="1" parent="1" source="pPH6oVQiPgVcm9OUePWL-16" style="edgeStyle=orthogonalEdgeStyle;rounded=0;orthogonalLoop=1;jettySize=auto;html=1;" target="pPH6oVQiPgVcm9OUePWL-18" value="">
          <mxGeometry relative="1" as="geometry" />
        </mxCell>
        <mxCell id="pPH6oVQiPgVcm9OUePWL-16" parent="1" style="whiteSpace=wrap;html=1;rounded=1;" value="in dashboard loader, get the access token from the cookie and send it to client" vertex="1">
          <mxGeometry height="60" width="120" x="417" y="384" as="geometry" />
        </mxCell>
        <mxCell id="pPH6oVQiPgVcm9OUePWL-21" edge="1" parent="1" source="pPH6oVQiPgVcm9OUePWL-18" style="edgeStyle=orthogonalEdgeStyle;rounded=0;orthogonalLoop=1;jettySize=auto;html=1;" target="pPH6oVQiPgVcm9OUePWL-20" value="">
          <mxGeometry relative="1" as="geometry" />
        </mxCell>
        <mxCell id="pPH6oVQiPgVcm9OUePWL-18" parent="1" style="whiteSpace=wrap;html=1;rounded=1;" value="front-end creates the kc client with api_key and access_token.&amp;nbsp;&amp;nbsp;" vertex="1">
          <mxGeometry height="60" width="120" x="617" y="384" as="geometry" />
        </mxCell>
        <mxCell id="pPH6oVQiPgVcm9OUePWL-20" parent="1" style="whiteSpace=wrap;html=1;rounded=1;" value="use kc client for calling Kite APIs" vertex="1">
          <mxGeometry height="60" width="120" x="617" y="524" as="geometry" />
        </mxCell>
      </root>
    </mxGraphModel>
  </diagram>
  <diagram name="UI/UX" id="5MV4RERJIjpIYta4IkZD">
    <mxGraphModel dx="3134" dy="2189" grid="0" gridSize="10" guides="1" tooltips="1" connect="1" arrows="1" fold="1" page="0" pageScale="1" pageWidth="402" pageHeight="874" background="#ffffff" math="0" shadow="0">
      <root>
        <mxCell id="0" />
        <mxCell id="1" parent="0" />
        <mxCell id="ExlUUjPYo0Ii6ma58Pc_-14" parent="1" style="rounded=1;whiteSpace=wrap;html=1;" value="" vertex="1">
          <mxGeometry height="321" width="1097" x="-296" y="-20" as="geometry" />
        </mxCell>
        <mxCell id="ExlUUjPYo0Ii6ma58Pc_-13" parent="1" style="rounded=1;whiteSpace=wrap;html=1;" value="" vertex="1">
          <mxGeometry height="321" width="1097" x="-287" y="732" as="geometry" />
        </mxCell>
        <mxCell id="iMmVTYed4h1aN_pzg3ix-1" parent="1" style="text;html=1;whiteSpace=wrap;strokeColor=none;fillColor=none;align=center;verticalAlign=middle;rounded=0;fontStyle=1;fontSize=48;fontColor=light-dark(#7a7978, #ededed);" value="Net Qty." vertex="1">
          <mxGeometry height="59" width="60" x="-120" y="72" as="geometry" />
        </mxCell>
        <mxCell id="iMmVTYed4h1aN_pzg3ix-2" parent="1" style="text;html=1;whiteSpace=wrap;strokeColor=none;fillColor=none;align=center;verticalAlign=middle;rounded=0;fontStyle=1;fontSize=48;fontColor=light-dark(#7a7978, #ededed);" value="AVG. PRICE" vertex="1">
          <mxGeometry height="59" width="60" x="149" y="61" as="geometry" />
        </mxCell>
        <mxCell id="iMmVTYed4h1aN_pzg3ix-3" parent="1" style="text;html=1;whiteSpace=wrap;strokeColor=none;fillColor=none;align=center;verticalAlign=middle;rounded=0;fontStyle=1;fontSize=48;fontColor=light-dark(#7a7978, #ededed);" value="LTP" vertex="1">
          <mxGeometry height="59" width="60" x="418" y="61" as="geometry" />
        </mxCell>
        <mxCell id="iMmVTYed4h1aN_pzg3ix-4" parent="1" style="text;html=1;whiteSpace=wrap;strokeColor=none;fillColor=none;align=center;verticalAlign=middle;rounded=0;fontStyle=1;fontSize=48;fontColor=light-dark(#7a7978, #ededed);" value="PnL" vertex="1">
          <mxGeometry height="59" width="60" x="687" y="61" as="geometry" />
        </mxCell>
        <mxCell id="iMmVTYed4h1aN_pzg3ix-5" parent="1" style="text;html=1;whiteSpace=wrap;strokeColor=none;fillColor=none;align=center;verticalAlign=middle;rounded=0;fontSize=36;fontStyle=1" value="100" vertex="1">
          <mxGeometry height="30" width="60" x="-120" y="211" as="geometry" />
        </mxCell>
        <mxCell id="iMmVTYed4h1aN_pzg3ix-6" parent="1" style="text;html=1;whiteSpace=wrap;strokeColor=none;fillColor=none;align=center;verticalAlign=middle;rounded=0;fontSize=36;fontStyle=1" value="36.40" vertex="1">
          <mxGeometry height="30" width="60" x="149" y="211" as="geometry" />
        </mxCell>
        <mxCell id="iMmVTYed4h1aN_pzg3ix-7" parent="1" style="text;html=1;whiteSpace=wrap;strokeColor=none;fillColor=none;align=center;verticalAlign=middle;rounded=0;fontSize=36;fontStyle=1" value="37.45" vertex="1">
          <mxGeometry height="30" width="60" x="418" y="211" as="geometry" />
        </mxCell>
        <mxCell id="iMmVTYed4h1aN_pzg3ix-8" parent="1" style="text;html=1;whiteSpace=wrap;strokeColor=none;fillColor=none;align=center;verticalAlign=middle;rounded=0;fontSize=36;fontStyle=1" value="100" vertex="1">
          <mxGeometry height="30" width="60" x="687" y="211" as="geometry" />
        </mxCell>
        <mxCell id="7si3vGMUa6yKKs87A3T9-2" edge="1" parent="1" source="7si3vGMUa6yKKs87A3T9-1" style="edgeStyle=orthogonalEdgeStyle;rounded=0;orthogonalLoop=1;jettySize=auto;html=1;exitX=0.5;exitY=0;exitDx=0;exitDy=0;entryX=0;entryY=0.5;entryDx=0;entryDy=0;" target="iMmVTYed4h1aN_pzg3ix-5">
          <mxGeometry relative="1" as="geometry">
            <Array as="points">
              <mxPoint x="-283" y="227" />
              <mxPoint x="-139" y="227" />
            </Array>
            <mxPoint x="-139.09090909090924" y="259.27272727272725" as="targetPoint" />
          </mxGeometry>
        </mxCell>
        <mxCell id="7si3vGMUa6yKKs87A3T9-1" parent="1" style="text;html=1;whiteSpace=wrap;strokeColor=none;fillColor=none;align=center;verticalAlign=middle;rounded=0;fontStyle=1" value="Red color if negative, blue color if positive" vertex="1">
          <mxGeometry height="70" width="129" x="-347" y="453" as="geometry" />
        </mxCell>
        <mxCell id="7si3vGMUa6yKKs87A3T9-4" edge="1" parent="1" source="7si3vGMUa6yKKs87A3T9-3" style="edgeStyle=orthogonalEdgeStyle;rounded=0;orthogonalLoop=1;jettySize=auto;html=1;entryX=0.5;entryY=1;entryDx=0;entryDy=0;" target="iMmVTYed4h1aN_pzg3ix-8">
          <mxGeometry relative="1" as="geometry" />
        </mxCell>
        <mxCell id="7si3vGMUa6yKKs87A3T9-3" parent="1" style="text;html=1;whiteSpace=wrap;strokeColor=none;fillColor=none;align=center;verticalAlign=middle;rounded=0;fontStyle=1" value="Red color if negative, blue color if positive" vertex="1">
          <mxGeometry height="70" width="129" x="681" y="398" as="geometry" />
        </mxCell>
        <mxCell id="7si3vGMUa6yKKs87A3T9-5" parent="1" style="text;html=1;whiteSpace=wrap;strokeColor=none;fillColor=none;align=center;verticalAlign=middle;rounded=0;" value="Will receive the following props:&lt;br&gt;netQuantity: number;&lt;br&gt;&lt;div&gt;averagePrice: number&lt;/div&gt;&lt;div&gt;ltp: number;&lt;/div&gt;" vertex="1">
          <mxGeometry height="101" width="203" x="-25" y="355" as="geometry" />
        </mxCell>
        <mxCell id="7si3vGMUa6yKKs87A3T9-6" parent="1" style="text;html=1;whiteSpace=wrap;strokeColor=none;fillColor=none;align=center;verticalAlign=middle;rounded=0;" value="PnL needs to be calculated by the component" vertex="1">
          <mxGeometry height="101" width="203" x="-21" y="482" as="geometry" />
        </mxCell>
        <mxCell id="7si3vGMUa6yKKs87A3T9-7" parent="1" style="text;html=1;whiteSpace=wrap;strokeColor=none;fillColor=none;align=center;verticalAlign=middle;rounded=0;fontStyle=1;fontSize=48;fontColor=light-dark(#7a7978, #ededed);" value="Net Qty." vertex="1">
          <mxGeometry height="59" width="60" x="-186" y="816" as="geometry" />
        </mxCell>
        <mxCell id="7si3vGMUa6yKKs87A3T9-8" parent="1" style="text;html=1;whiteSpace=wrap;strokeColor=none;fillColor=none;align=center;verticalAlign=middle;rounded=0;fontStyle=1;fontSize=48;fontColor=light-dark(#7a7978, #ededed);" value="AVG. PRICE" vertex="1">
          <mxGeometry height="59" width="60" x="83" y="805" as="geometry" />
        </mxCell>
        <mxCell id="7si3vGMUa6yKKs87A3T9-9" parent="1" style="text;html=1;whiteSpace=wrap;strokeColor=none;fillColor=none;align=center;verticalAlign=middle;rounded=0;fontStyle=1;fontSize=48;fontColor=light-dark(#7a7978, #ededed);" value="LTP" vertex="1">
          <mxGeometry height="59" width="60" x="352" y="805" as="geometry" />
        </mxCell>
        <mxCell id="7si3vGMUa6yKKs87A3T9-10" parent="1" style="text;html=1;whiteSpace=wrap;strokeColor=none;fillColor=none;align=center;verticalAlign=middle;rounded=0;fontStyle=1;fontSize=48;fontColor=light-dark(#7a7978, #ededed);" value="PnL" vertex="1">
          <mxGeometry height="59" width="60" x="621" y="805" as="geometry" />
        </mxCell>
        <mxCell id="7si3vGMUa6yKKs87A3T9-11" parent="1" style="text;html=1;whiteSpace=wrap;strokeColor=none;fillColor=none;align=center;verticalAlign=middle;rounded=0;fontSize=18;fontStyle=1" value="{props.netQuantity}" vertex="1">
          <mxGeometry height="30" width="60" x="-186" y="955" as="geometry" />
        </mxCell>
        <mxCell id="7si3vGMUa6yKKs87A3T9-12" parent="1" style="text;html=1;whiteSpace=wrap;strokeColor=none;fillColor=none;align=center;verticalAlign=middle;rounded=0;fontSize=18;fontStyle=1" value="&lt;div&gt;{props.averagePrice}&lt;/div&gt;" vertex="1">
          <mxGeometry height="30" width="60" x="83" y="955" as="geometry" />
        </mxCell>
        <mxCell id="7si3vGMUa6yKKs87A3T9-13" parent="1" style="text;html=1;whiteSpace=wrap;strokeColor=none;fillColor=none;align=center;verticalAlign=middle;rounded=0;fontSize=18;fontStyle=1" value="{props.ltp}" vertex="1">
          <mxGeometry height="30" width="60" x="352" y="955" as="geometry" />
        </mxCell>
        <mxCell id="7si3vGMUa6yKKs87A3T9-14" parent="1" style="text;html=1;whiteSpace=wrap;strokeColor=none;fillColor=none;align=center;verticalAlign=middle;rounded=0;fontSize=18;fontStyle=1" value="{pnl}" vertex="1">
          <mxGeometry height="30" width="60" x="621" y="955" as="geometry" />
        </mxCell>
        <mxCell id="ExlUUjPYo0Ii6ma58Pc_-1" parent="1" style="rounded=1;whiteSpace=wrap;html=1;" value="" vertex="1">
          <mxGeometry height="321" width="1253" x="-202" y="1234" as="geometry" />
        </mxCell>
        <mxCell id="ExlUUjPYo0Ii6ma58Pc_-2" parent="1" style="text;html=1;whiteSpace=wrap;strokeColor=none;fillColor=none;align=center;verticalAlign=middle;rounded=0;fontStyle=1;fontSize=48;fontColor=light-dark(#7a7978, #ededed);" value="Total Margin" vertex="1">
          <mxGeometry height="59" width="168" x="-154" y="1292" as="geometry" />
        </mxCell>
        <mxCell id="ExlUUjPYo0Ii6ma58Pc_-3" parent="1" style="text;html=1;whiteSpace=wrap;strokeColor=none;fillColor=none;align=center;verticalAlign=middle;rounded=0;fontStyle=1;fontSize=48;fontColor=light-dark(#7a7978, #ededed);" value="Utilized Margin" vertex="1">
          <mxGeometry height="59" width="168" x="330" y="1295" as="geometry" />
        </mxCell>
        <mxCell id="ExlUUjPYo0Ii6ma58Pc_-4" parent="1" style="text;html=1;whiteSpace=wrap;strokeColor=none;fillColor=none;align=center;verticalAlign=middle;rounded=0;fontStyle=1;fontSize=48;fontColor=light-dark(#7a7978, #ededed);" value="Net Margin" vertex="1">
          <mxGeometry height="59" width="168" x="813" y="1289" as="geometry" />
        </mxCell>
        <mxCell id="ExlUUjPYo0Ii6ma58Pc_-5" parent="1" style="text;html=1;whiteSpace=wrap;strokeColor=none;fillColor=none;align=center;verticalAlign=middle;rounded=0;fontSize=42;" value="₹2000" vertex="1">
          <mxGeometry height="30" width="60" x="-100" y="1412" as="geometry" />
        </mxCell>
        <mxCell id="ExlUUjPYo0Ii6ma58Pc_-7" parent="1" style="text;html=1;whiteSpace=wrap;strokeColor=none;fillColor=none;align=center;verticalAlign=middle;rounded=0;fontSize=42;" value="₹200" vertex="1">
          <mxGeometry height="30" width="60" x="384" y="1412" as="geometry" />
        </mxCell>
        <mxCell id="ExlUUjPYo0Ii6ma58Pc_-8" parent="1" style="text;html=1;whiteSpace=wrap;strokeColor=none;fillColor=none;align=center;verticalAlign=middle;rounded=0;fontSize=42;" value="₹1800" vertex="1">
          <mxGeometry height="30" width="60" x="867" y="1412" as="geometry" />
        </mxCell>
        <mxCell id="ExlUUjPYo0Ii6ma58Pc_-9" parent="1" style="html=1;shadow=0;dashed=0;shape=mxgraph.bootstrap.rrect;rSize=5;fillColor=#E9ECEF;strokeColor=none;" value="" vertex="1">
          <mxGeometry height="20" width="800" x="24.5" y="1507" as="geometry" />
        </mxCell>
        <mxCell id="ExlUUjPYo0Ii6ma58Pc_-10" parent="ExlUUjPYo0Ii6ma58Pc_-9" style="html=1;shadow=0;dashed=0;shape=mxgraph.bootstrap.leftButton;rSize=5;fillColor=#1CA5B8;strokeColor=none;resizeHeight=1;" value="" vertex="1">
          <mxGeometry height="20" relative="1" width="250" as="geometry" />
        </mxCell>
        <mxCell id="ExlUUjPYo0Ii6ma58Pc_-11" parent="1" style="text;html=1;whiteSpace=wrap;strokeColor=none;fillColor=none;align=center;verticalAlign=middle;rounded=0;fontSize=24;" value="The max value on the progress bar is the total margin and the filled in part is the utilized margin" vertex="1">
          <mxGeometry height="92" width="269" x="175" y="1620" as="geometry" />
        </mxCell>
        <mxCell id="ExlUUjPYo0Ii6ma58Pc_-12" edge="1" parent="1" source="ExlUUjPYo0Ii6ma58Pc_-11" style="edgeStyle=orthogonalEdgeStyle;rounded=0;orthogonalLoop=1;jettySize=auto;html=1;exitX=0.5;exitY=0;exitDx=0;exitDy=0;entryX=0.412;entryY=0.999;entryDx=0;entryDy=0;entryPerimeter=0;" target="ExlUUjPYo0Ii6ma58Pc_-1">
          <mxGeometry relative="1" as="geometry" />
        </mxCell>
      </root>
    </mxGraphModel>
  </diagram>
  <diagram id="dmkDPsUycKQvBsQ4H3Di" name="Kite-Fly-Ticker-Architecture">
    <mxGraphModel dx="1357" dy="626" grid="0" gridSize="10" guides="1" tooltips="1" connect="1" arrows="1" fold="1" page="0" pageScale="1" pageWidth="402" pageHeight="874" math="0" shadow="0">
      <root>
        <mxCell id="0" />
        <mxCell id="1" parent="0" />
        <mxCell id="FDZGNOtkY16CQce4NqAR-3" edge="1" parent="1" source="FDZGNOtkY16CQce4NqAR-1" style="edgeStyle=orthogonalEdgeStyle;rounded=0;orthogonalLoop=1;jettySize=auto;html=1;" target="FDZGNOtkY16CQce4NqAR-2" value="">
          <mxGeometry relative="1" as="geometry" />
        </mxCell>
        <mxCell id="FDZGNOtkY16CQce4NqAR-1" parent="1" style="rounded=1;whiteSpace=wrap;html=1;" value="Client posts a request - for example:&lt;br&gt;&lt;div&gt;&lt;br&gt;&lt;/div&gt;&lt;br&gt;&lt;div&gt;fetch(&quot;http://localhost:3000/api/ltp&quot;, () =&amp;gt; {&lt;/div&gt;&lt;div&gt;method: &quot;POST&quot;,&lt;/div&gt;&lt;div&gt;body: JSON.stringify({&lt;/div&gt;&lt;div&gt;instrument: &quot;WIPRO&quot;,&lt;br&gt;ltp: 128.10&lt;/div&gt;&lt;div&gt;})&lt;/div&gt;&lt;div&gt;})&lt;br&gt;&lt;br&gt;The call is made from another site - for ex. https://kite.zerodha.com&lt;/div&gt;" vertex="1">
          <mxGeometry height="236" width="345" x="-33" y="45" as="geometry" />
        </mxCell>
        <mxCell id="FDZGNOtkY16CQce4NqAR-5" edge="1" parent="1" source="FDZGNOtkY16CQce4NqAR-2" style="edgeStyle=orthogonalEdgeStyle;rounded=0;orthogonalLoop=1;jettySize=auto;html=1;" target="FDZGNOtkY16CQce4NqAR-4" value="">
          <mxGeometry relative="1" as="geometry" />
        </mxCell>
        <mxCell id="FDZGNOtkY16CQce4NqAR-2" parent="1" style="whiteSpace=wrap;html=1;rounded=1;" value="SERVER" vertex="1">
          <mxGeometry height="60" width="120" x="504.5" y="98.5" as="geometry" />
        </mxCell>
        <mxCell id="FDZGNOtkY16CQce4NqAR-8" edge="1" parent="1" source="FDZGNOtkY16CQce4NqAR-4" style="edgeStyle=orthogonalEdgeStyle;rounded=0;orthogonalLoop=1;jettySize=auto;html=1;exitX=0.75;exitY=1;exitDx=0;exitDy=0;entryX=1;entryY=0.75;entryDx=0;entryDy=0;" target="FDZGNOtkY16CQce4NqAR-6">
          <mxGeometry relative="1" as="geometry" />
        </mxCell>
        <mxCell id="FDZGNOtkY16CQce4NqAR-4" parent="1" style="whiteSpace=wrap;html=1;rounded=1;" value="Websocket" vertex="1">
          <mxGeometry height="60" width="120" x="504.5" y="265" as="geometry" />
        </mxCell>
        <mxCell id="FDZGNOtkY16CQce4NqAR-7" edge="1" parent="1" source="FDZGNOtkY16CQce4NqAR-6" style="edgeStyle=orthogonalEdgeStyle;rounded=0;orthogonalLoop=1;jettySize=auto;html=1;entryX=0.5;entryY=1;entryDx=0;entryDy=0;" target="FDZGNOtkY16CQce4NqAR-4">
          <mxGeometry relative="1" as="geometry" />
        </mxCell>
        <mxCell id="FDZGNOtkY16CQce4NqAR-6" parent="1" style="rounded=1;whiteSpace=wrap;html=1;" value="On another client,&lt;div&gt;new Websocket()&lt;/div&gt;// receive the data which is sent from /api/ltp" vertex="1">
          <mxGeometry height="167" width="345" x="1" y="392" as="geometry" />
        </mxCell>
      </root>
    </mxGraphModel>
  </diagram>
</mxfile>
